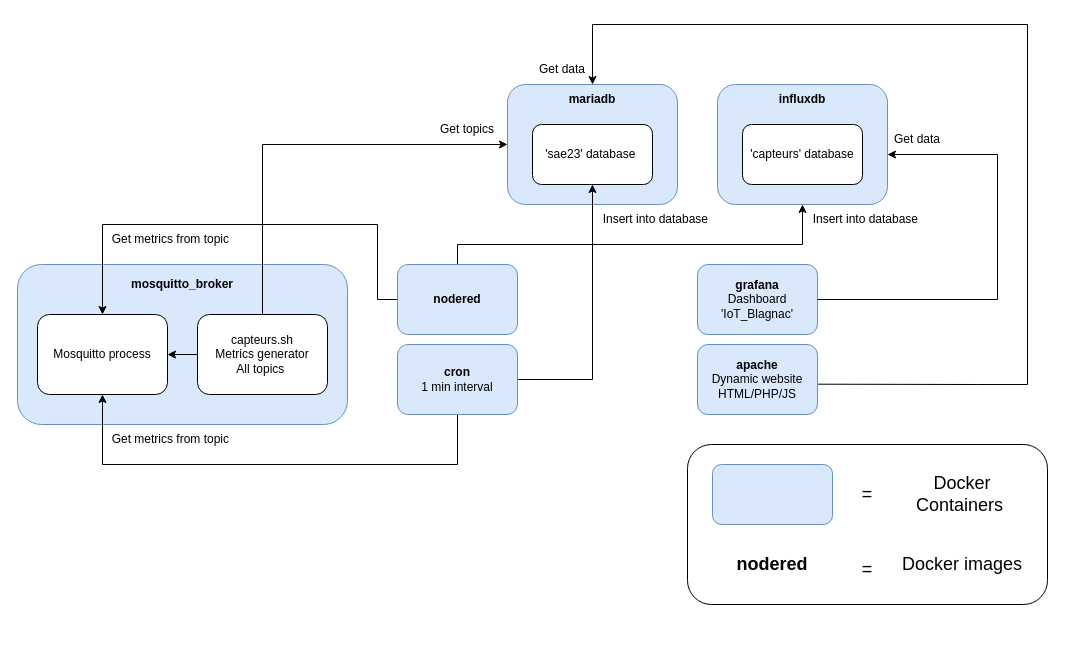
Above: Diagram/Workflow IoT_Stack.drawio in TheToto318/IoT_stack (draw.io), before the change. Source tidied: cells renumbered, new cells numbered last; positions are measured from the earlier drawing's top-left corner, leaving out a move shared by most shapes. Both pictures are drawn from the tidied source at 100%, with x=0, y=0 at pixel (17, 24).
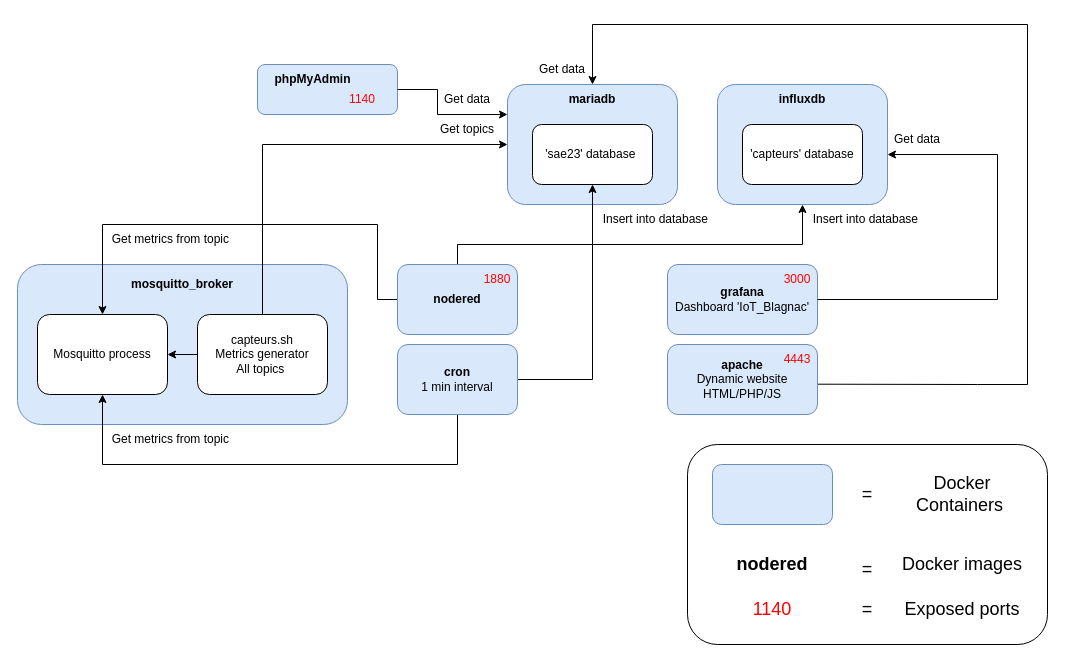
Above is the later version.

Unchanged cells that the change refers to:
```xml
<mxCell id="10" style="rounded=1;whiteSpace=wrap;html=1;fillColor=#dae8fc;strokeColor=#6c8ebf;" parent="1" vertex="1">
  <mxGeometry x="490" y="60" width="170" height="120" as="geometry" />
</mxCell>
```

Change to the diagram source:
```diff
@@
     <mxCell id="2" style="rounded=1;whiteSpace=wrap;html=1;fontSize=18;" parent="1" vertex="1">
-      <mxGeometry x="670" y="420" width="360" height="160" as="geometry" />
+      <mxGeometry x="670" y="420" width="360" height="200" as="geometry" />
     </mxCell>
@@
     <mxCell id="13" value="&lt;b&gt;grafana&lt;/b&gt;&lt;br&gt;Dashboard 'IoT_Blagnac'" style="rounded=1;whiteSpace=wrap;html=1;fillColor=#dae8fc;strokeColor=#6c8ebf;" parent="1" vertex="1">
-      <mxGeometry x="680" y="240" width="120" height="70" as="geometry" />
+      <mxGeometry x="650" y="240" width="150" height="70" as="geometry" />
     </mxCell>
@@
     <mxCell id="21" value="&lt;b&gt;apache&lt;br&gt;&lt;/b&gt;Dynamic website&lt;br&gt;HTML/PHP/JS" style="rounded=1;whiteSpace=wrap;html=1;fillColor=#dae8fc;strokeColor=#6c8ebf;" parent="1" vertex="1">
-      <mxGeometry x="680" y="320" width="120" height="70" as="geometry" />
+      <mxGeometry x="650" y="320" width="150" height="70" as="geometry" />
     </mxCell>
@@
+    <mxCell id="38" style="rounded=1;whiteSpace=wrap;html=1;fillColor=#dae8fc;strokeColor=#6c8ebf;" parent="1" vertex="1">
+      <mxGeometry x="240" y="40" width="140" height="50" as="geometry" />
+    </mxCell>
+    <mxCell id="39" value="&lt;b&gt;phpMyAdmin&lt;/b&gt;" style="text;html=1;strokeColor=none;fillColor=none;align=center;verticalAlign=middle;whiteSpace=wrap;rounded=0;" parent="1" vertex="1">
+      <mxGeometry x="252.5" y="40" width="85" height="30" as="geometry" />
+    </mxCell>
+    <mxCell id="40" value="&lt;font color=&quot;#ff0000&quot;&gt;3000&lt;/font&gt;" style="text;html=1;strokeColor=none;fillColor=none;align=center;verticalAlign=middle;whiteSpace=wrap;rounded=0;" parent="1" vertex="1">
+      <mxGeometry x="760" y="240" width="40" height="30" as="geometry" />
+    </mxCell>
+    <mxCell id="41" value="&lt;font color=&quot;#ff0000&quot;&gt;4443&lt;/font&gt;" style="text;html=1;strokeColor=none;fillColor=none;align=center;verticalAlign=middle;whiteSpace=wrap;rounded=0;" parent="1" vertex="1">
+      <mxGeometry x="760" y="320" width="40" height="30" as="geometry" />
+    </mxCell>
+    <mxCell id="42" style="edgeStyle=orthogonalEdgeStyle;rounded=0;jettySize=auto;html=1;exitX=1;exitY=0.5;exitDx=0;exitDy=0;entryX=0;entryY=0.25;entryDx=0;entryDy=0;fontSize=18;fontColor=#FF0000;" parent="1" edge="1" source="38" target="10">
+      <mxGeometry relative="1" as="geometry">
+        <Array as="points">
+          <mxPoint x="420" y="65" />
+          <mxPoint x="420" y="90" />
+        </Array>
+      </mxGeometry>
+    </mxCell>
+    <mxCell id="43" value="&lt;font color=&quot;#ff0000&quot;&gt;1140&lt;/font&gt;" style="text;html=1;strokeColor=none;fillColor=none;align=center;verticalAlign=middle;whiteSpace=wrap;rounded=0;" parent="1" vertex="1">
+      <mxGeometry x="325" y="60" width="40" height="30" as="geometry" />
+    </mxCell>
+    <mxCell id="44" value="&lt;font color=&quot;#ff0000&quot;&gt;1880&lt;/font&gt;" style="text;html=1;strokeColor=none;fillColor=none;align=center;verticalAlign=middle;whiteSpace=wrap;rounded=0;" parent="1" vertex="1">
+      <mxGeometry x="460" y="240" width="40" height="30" as="geometry" />
+    </mxCell>
+    <mxCell id="45" value="&lt;font style=&quot;font-size: 18px;&quot; color=&quot;#ff0000&quot;&gt;1140&lt;/font&gt;" style="text;html=1;strokeColor=none;fillColor=none;align=center;verticalAlign=middle;whiteSpace=wrap;rounded=0;" parent="1" vertex="1">
+      <mxGeometry x="735" y="570" width="40" height="30" as="geometry" />
+    </mxCell>
+    <mxCell id="46" value="&lt;font style=&quot;font-size: 18px;&quot;&gt;=&lt;/font&gt;" style="text;html=1;strokeColor=none;fillColor=none;align=center;verticalAlign=middle;whiteSpace=wrap;rounded=0;" parent="1" vertex="1">
+      <mxGeometry x="820" y="570" width="60" height="30" as="geometry" />
+    </mxCell>
+    <mxCell id="47" value="Exposed ports" style="text;html=1;strokeColor=none;fillColor=none;align=center;verticalAlign=middle;whiteSpace=wrap;rounded=0;fontSize=18;" parent="1" vertex="1">
+      <mxGeometry x="870" y="555" width="150" height="60" as="geometry" />
+    </mxCell>
+    <mxCell id="48" value="Get data" style="text;html=1;strokeColor=none;fillColor=none;align=center;verticalAlign=middle;whiteSpace=wrap;rounded=0;" parent="1" vertex="1">
+      <mxGeometry x="420" y="60" width="60" height="30" as="geometry" />
+    </mxCell>
```
